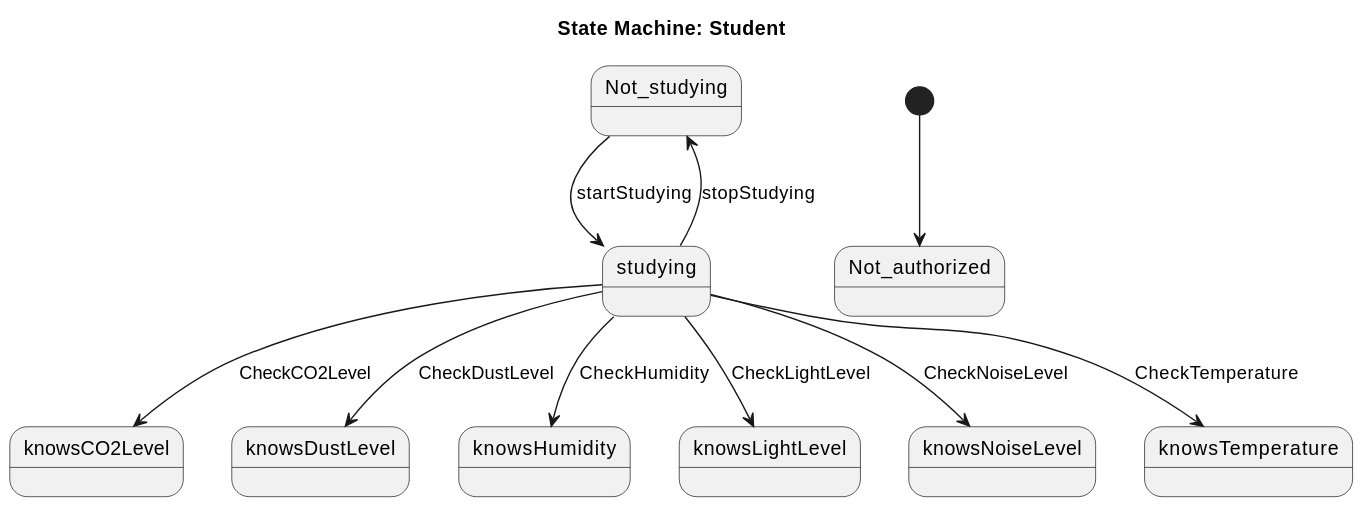
SEP4Real/SEP4 keeps this PlantUML diagram as Documentation/Analysis/states/StudyHelper_Student.state.svg. Above is the earlier version.
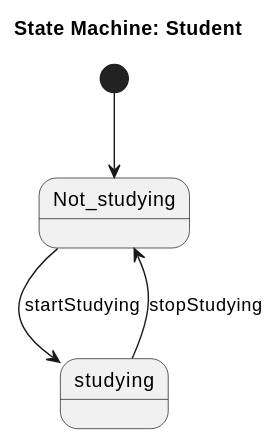
Above is the later version.

Diff of the diagram source:
```diff
@@ -1,21 +1,9 @@
 @startuml
 title State Machine: Student
 state Not_studying
-state knowsCO2Level
-state knowsDustLevel
-state knowsHumidity
-state knowsLightLevel
-state knowsNoiseLevel
-state knowsTemperature
 state studying
 
-[*] --> Not_authorized
-studying --> knowsNoiseLevel : CheckNoiseLevel
-studying --> knowsLightLevel : CheckLightLevel
-studying --> knowsCO2Level : CheckCO2Level
-studying --> knowsTemperature : CheckTemperature
-studying --> knowsHumidity : CheckHumidity
-studying --> knowsDustLevel : CheckDustLevel
+[*] --> Not_studying
 Not_studying --> studying : startStudying
 studying --> Not_studying : stopStudying
 @enduml
```
